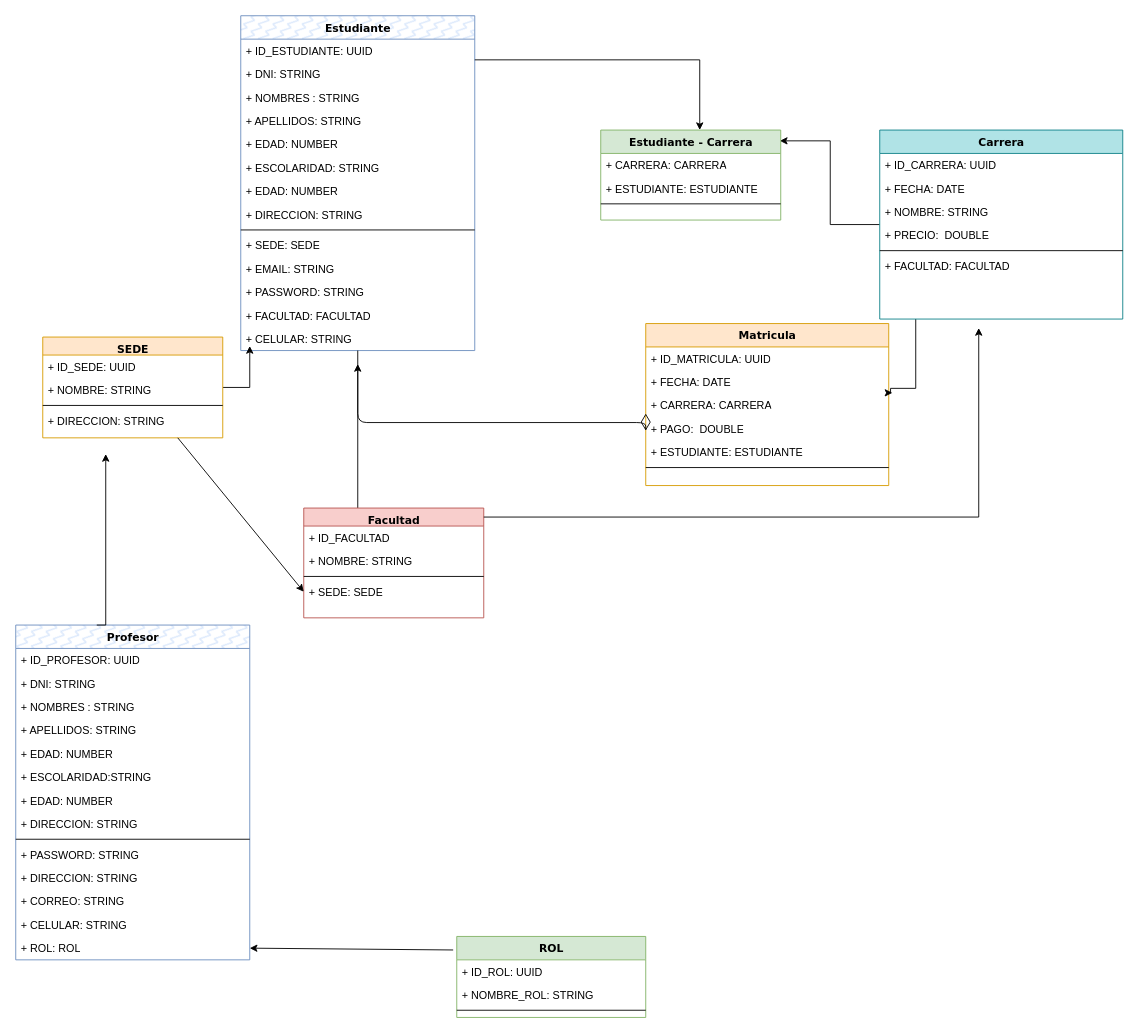
Above: Diagrama sin título.drawio in joseosorioc/Architecture-diagram (draw.io), before the change. Source tidied: cells renumbered, new cells numbered last; positions are measured from the earlier drawing's top-left corner, leaving out a move shared by most shapes. Both pictures are drawn from the tidied source at 90%, with x=0, y=0 at pixel (15, 15).
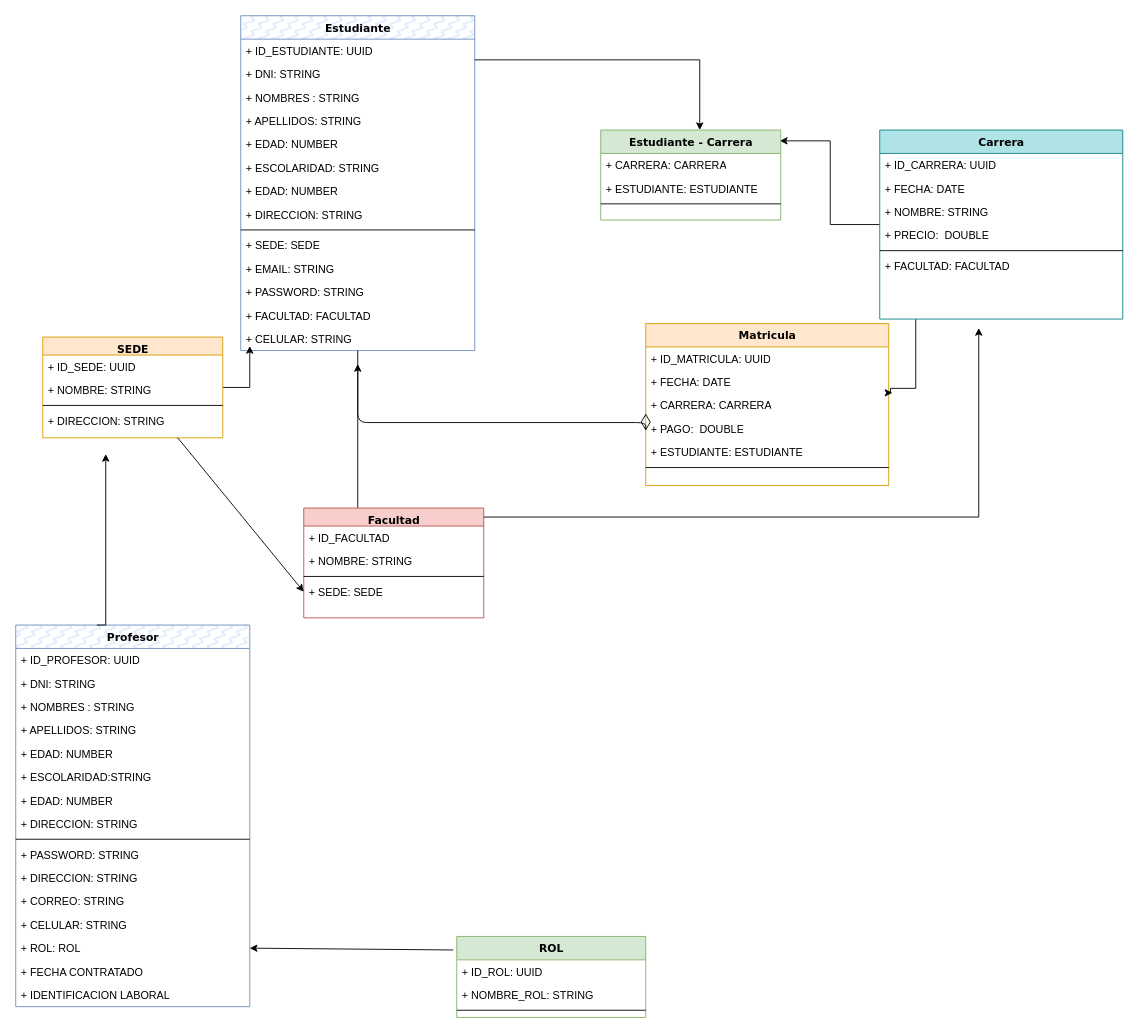
The same page after the edit.

What changed in the source:
```diff
@@
     <mxCell id="45" value="Profesor" style="swimlane;html=1;fontStyle=1;align=center;verticalAlign=top;horizontal=1;startSize=26;swimlaneFillColor=default;rounded=0;shadow=0;comic=0;labelBackgroundColor=none;strokeWidth=1;fillColor=#dae8fc;fontFamily=Verdana;fontSize=12;strokeColor=#6c8ebf;gradientColor=none;fillStyle=zigzag-line;" parent="1" vertex="1">
-      <mxGeometry y="677" width="260" height="372" as="geometry" />
+      <mxGeometry y="677" width="260" height="424" as="geometry" />
     </mxCell>
@@
+    <mxCell id="74" value="+ FECHA CONTRATADO" style="text;html=1;strokeColor=none;fillColor=none;align=left;verticalAlign=top;spacingLeft=4;spacingRight=4;whiteSpace=wrap;overflow=hidden;" parent="45" vertex="1">
+      <mxGeometry y="372" width="260" height="26" as="geometry" />
+    </mxCell>
+    <mxCell id="75" value="+ IDENTIFICACION LABORAL" style="text;html=1;strokeColor=none;fillColor=none;align=left;verticalAlign=top;spacingLeft=4;spacingRight=4;whiteSpace=wrap;overflow=hidden;" parent="45" vertex="1">
+      <mxGeometry y="398" width="260" height="26" as="geometry" />
+    </mxCell>
```
